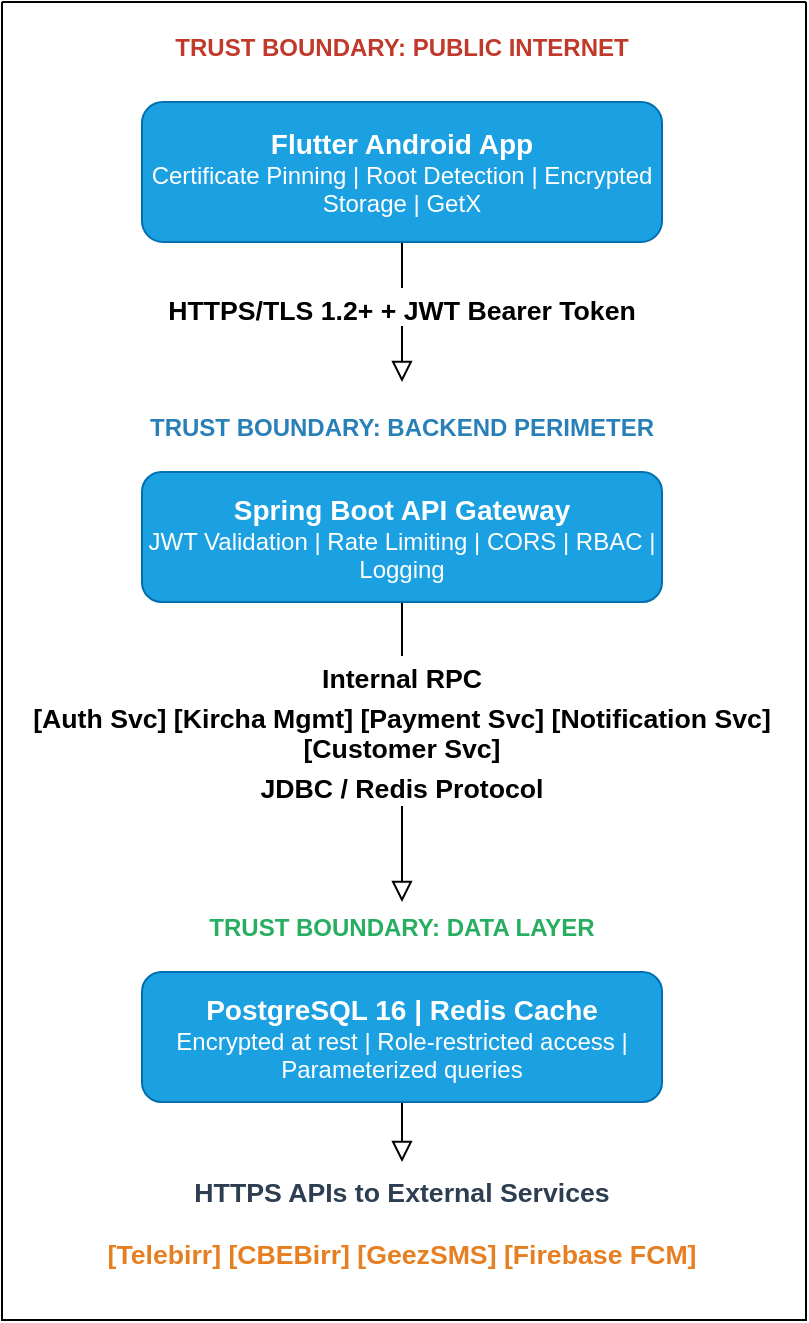
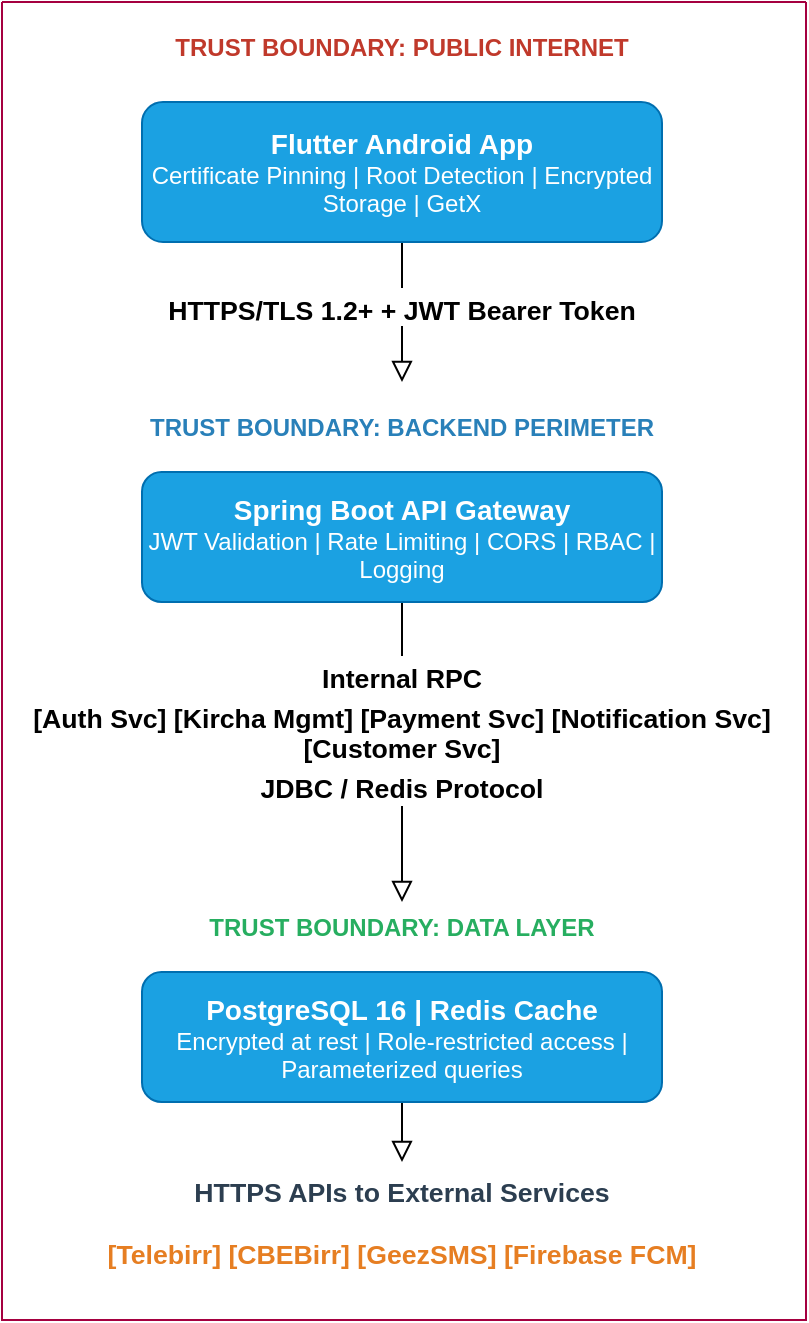
<mxfile host="app.diagrams.net">
  <diagram id="C5RBs43oDa-KdzZeNtuy" name="Page-1">
    <mxGraphModel dx="1030" dy="583" grid="0" gridSize="10" guides="1" tooltips="1" connect="1" arrows="1" fold="1" page="1" pageScale="1" pageWidth="827" pageHeight="1169" math="0" shadow="0">
      <root>
        <mxCell id="WIyWlLk6GJQsqaUBKTNV-0" />
        <mxCell id="WIyWlLk6GJQsqaUBKTNV-1" parent="WIyWlLk6GJQsqaUBKTNV-0" />
        <mxCell id="WIyWlLk6GJQsqaUBKTNV-2" edge="1" parent="WIyWlLk6GJQsqaUBKTNV-1" source="WIyWlLk6GJQsqaUBKTNV-3" style="rounded=0;html=1;jettySize=auto;orthogonalLoop=1;fontSize=11;endArrow=block;endFill=0;endSize=8;strokeWidth=1;shadow=0;labelBackgroundColor=none;edgeStyle=orthogonalEdgeStyle;entryX=0.5;entryY=0;entryDx=0;entryDy=0;" target="EC1OLnHcg-hDZEbeRDg6-5" value="">
          <mxGeometry relative="1" as="geometry">
            <mxPoint x="414" y="238" as="targetPoint" />
          </mxGeometry>
        </mxCell>
        <mxCell id="EC1OLnHcg-hDZEbeRDg6-1" connectable="0" parent="WIyWlLk6GJQsqaUBKTNV-2" style="edgeLabel;html=1;align=center;verticalAlign=middle;resizable=0;points=[];" value="&lt;p class=&quot;western&quot; align=&quot;center&quot; style=&quot;color: rgb(0, 0, 0); line-height: 14.6667px; text-align: left; margin-bottom: 0in; direction: ltr; background: transparent; font-family: Arial, serif; font-size: 11pt; white-space: normal; margin-top: 0.04in;&quot;&gt;&lt;br&gt;&lt;/p&gt;" vertex="1">
          <mxGeometry relative="1" x="-0.31" y="-2" as="geometry">
            <mxPoint x="2" y="12" as="offset" />
          </mxGeometry>
        </mxCell>
        <mxCell id="WIyWlLk6GJQsqaUBKTNV-3" parent="WIyWlLk6GJQsqaUBKTNV-1" style="rounded=1;whiteSpace=wrap;html=1;fontSize=12;glass=0;strokeWidth=1;shadow=0;fillColor=#1ba1e2;fontColor=#ffffff;strokeColor=#006EAF;" value="&lt;div&gt;&lt;b&gt;&lt;font style=&quot;font-size: 14px;&quot;&gt;Flutter Android App&lt;/font&gt;&lt;/b&gt;&lt;/div&gt;&lt;div&gt;Certificate Pinning | Root Detection | Encrypted Storage | GetX&lt;/div&gt;" vertex="1">
          <mxGeometry height="70" width="260" x="284" y="118" as="geometry" />
        </mxCell>
        <mxCell id="EC1OLnHcg-hDZEbeRDg6-0" parent="WIyWlLk6GJQsqaUBKTNV-1" style="text;html=1;whiteSpace=wrap;strokeColor=none;fillColor=none;align=center;verticalAlign=middle;rounded=0;" value="&lt;p class=&quot;western&quot; align=&quot;center&quot; style=&quot;color: rgb(0, 0, 0); line-height: 14.6667px; text-align: left; margin-bottom: 0in; direction: ltr; background: transparent; font-family: Arial, serif; font-size: 11pt;&quot;&gt;&lt;font color=&quot;#c0392b&quot;&gt;&lt;font style=&quot;font-size: 9pt;&quot;&gt;&lt;b&gt;TRUST BOUNDARY: PUBLIC INTERNET&lt;/b&gt;&lt;/font&gt;&lt;/font&gt;&lt;/p&gt;" vertex="1">
          <mxGeometry height="30" width="260" x="284" y="68" as="geometry" />
        </mxCell>
        <mxCell id="EC1OLnHcg-hDZEbeRDg6-2" edge="1" parent="WIyWlLk6GJQsqaUBKTNV-1" source="EC1OLnHcg-hDZEbeRDg6-4" style="rounded=0;html=1;jettySize=auto;orthogonalLoop=1;fontSize=11;endArrow=block;endFill=0;endSize=8;strokeWidth=1;shadow=0;labelBackgroundColor=none;edgeStyle=orthogonalEdgeStyle;" value="">
          <mxGeometry relative="1" as="geometry">
            <mxPoint x="414" y="518" as="targetPoint" />
          </mxGeometry>
        </mxCell>
        <mxCell id="EC1OLnHcg-hDZEbeRDg6-3" connectable="0" parent="EC1OLnHcg-hDZEbeRDg6-2" style="edgeLabel;html=1;align=center;verticalAlign=middle;resizable=0;points=[];" value="&lt;p class=&quot;western&quot; align=&quot;center&quot; style=&quot;color: rgb(0, 0, 0); line-height: 14.6667px; text-align: left; margin-bottom: 0in; direction: ltr; background: transparent; font-family: Arial, serif; font-size: 11pt; white-space: normal; margin-top: 0.04in;&quot;&gt;&lt;br&gt;&lt;/p&gt;" vertex="1">
          <mxGeometry relative="1" x="-0.31" y="-2" as="geometry">
            <mxPoint x="92" y="80" as="offset" />
          </mxGeometry>
        </mxCell>
        <mxCell id="EC1OLnHcg-hDZEbeRDg6-4" parent="WIyWlLk6GJQsqaUBKTNV-1" style="rounded=1;whiteSpace=wrap;html=1;fontSize=12;glass=0;strokeWidth=1;shadow=0;fillColor=#1ba1e2;fontColor=#ffffff;strokeColor=#006EAF;" value="&lt;div&gt;&lt;div&gt;&lt;span style=&quot;font-size: 14px;&quot;&gt;&lt;b&gt;Spring Boot API Gateway&lt;/b&gt;&lt;/span&gt;&lt;/div&gt;&lt;div&gt;&lt;font style=&quot;font-size: 12px;&quot;&gt;J&lt;font style=&quot;&quot;&gt;WT Validation | Rate Limiting | CORS | RBAC | Logging&lt;/font&gt;&lt;/font&gt;&lt;/div&gt;&lt;/div&gt;" vertex="1">
          <mxGeometry height="65" width="260" x="284" y="303" as="geometry" />
        </mxCell>
        <mxCell id="EC1OLnHcg-hDZEbeRDg6-5" parent="WIyWlLk6GJQsqaUBKTNV-1" style="text;html=1;whiteSpace=wrap;strokeColor=none;fillColor=none;align=center;verticalAlign=middle;rounded=0;" value="&lt;p class=&quot;western&quot; align=&quot;center&quot; style=&quot;color: rgb(0, 0, 0); line-height: 14.6667px; text-align: left; margin-bottom: 0in; direction: ltr; background: transparent; font-family: Arial, serif; font-size: 11pt;&quot;&gt;&lt;font color=&quot;#2980b9&quot;&gt;&lt;font style=&quot;font-size: 9pt;&quot;&gt;&lt;b&gt;TRUST BOUNDARY: BACKEND PERIMETER&lt;/b&gt;&lt;/font&gt;&lt;/font&gt;&lt;/p&gt;" vertex="1">
          <mxGeometry height="30" width="260" x="284" y="258" as="geometry" />
        </mxCell>
        <mxCell id="EC1OLnHcg-hDZEbeRDg6-6" parent="WIyWlLk6GJQsqaUBKTNV-1" style="text;html=1;whiteSpace=wrap;strokeColor=none;fillColor=none;align=center;verticalAlign=middle;rounded=0;labelBackgroundColor=default;" value="&lt;p class=&quot;western&quot; style=&quot;color: rgb(0, 0, 0); line-height: 14.6667px; margin-bottom: 0in; direction: ltr; background-image: initial; background-position: initial; background-size: initial; background-repeat: initial; background-attachment: initial; background-origin: initial; background-clip: initial; font-family: Arial, serif; font-size: 11pt; margin-top: 0.04in;&quot;&gt;&lt;font&gt;&lt;font style=&quot;font-size: 10pt;&quot;&gt;&lt;b&gt;Internal RPC&lt;/b&gt;&lt;/font&gt;&lt;/font&gt;&lt;/p&gt;&lt;p class=&quot;western&quot; style=&quot;color: rgb(0, 0, 0); line-height: 14.6667px; margin-bottom: 0in; direction: ltr; background-image: initial; background-position: initial; background-size: initial; background-repeat: initial; background-attachment: initial; background-origin: initial; background-clip: initial; font-family: Arial, serif; font-size: 11pt; margin-top: 0.04in;&quot;&gt;&lt;b style=&quot;font-size: 10pt; color: light-dark(rgb(0, 0, 0), rgb(237, 237, 237));&quot;&gt;[Auth Svc] [Kircha Mgmt] [Payment Svc] [Notification Svc] [Customer Svc]&lt;/b&gt;&lt;/p&gt;&lt;p class=&quot;western&quot; style=&quot;color: rgb(0, 0, 0); line-height: 14.6667px; margin-bottom: 0in; direction: ltr; background-image: initial; background-position: initial; background-size: initial; background-repeat: initial; background-attachment: initial; background-origin: initial; background-clip: initial; font-family: Arial, serif; font-size: 11pt; margin-top: 0.04in;&quot;&gt;&lt;font&gt;&lt;font style=&quot;font-size: 10pt;&quot;&gt;&lt;b&gt;JDBC / Redis Protocol&lt;/b&gt;&lt;/font&gt;&lt;/font&gt;&lt;/p&gt;" vertex="1">
          <mxGeometry height="30" width="390" x="219" y="417" as="geometry" />
        </mxCell>
        <mxCell id="EC1OLnHcg-hDZEbeRDg6-7" parent="WIyWlLk6GJQsqaUBKTNV-1" style="text;html=1;whiteSpace=wrap;strokeColor=none;fillColor=none;align=center;verticalAlign=middle;rounded=0;fontColor=default;labelBackgroundColor=default;" value="&lt;p class=&quot;western&quot; style=&quot;line-height: 14.6667px; margin-bottom: 0in; direction: ltr; background-image: initial; background-position: initial; background-size: initial; background-repeat: initial; background-attachment: initial; background-origin: initial; background-clip: initial; font-family: Arial, serif; font-size: 11pt; margin-top: 0.04in;&quot;&gt;&lt;b style=&quot;font-size: 13.3333px; text-align: left;&quot;&gt;HTTPS/TLS 1.2+ + JWT Bearer Token&lt;/b&gt;&lt;/p&gt;" vertex="1">
          <mxGeometry height="30" width="390" x="219" y="205" as="geometry" />
        </mxCell>
        <mxCell id="EC1OLnHcg-hDZEbeRDg6-8" edge="1" parent="WIyWlLk6GJQsqaUBKTNV-1" source="EC1OLnHcg-hDZEbeRDg6-10" style="rounded=0;html=1;jettySize=auto;orthogonalLoop=1;fontSize=11;endArrow=block;endFill=0;endSize=8;strokeWidth=1;shadow=0;labelBackgroundColor=none;edgeStyle=orthogonalEdgeStyle;" value="">
          <mxGeometry relative="1" as="geometry">
            <mxPoint x="414" y="648" as="targetPoint" />
          </mxGeometry>
        </mxCell>
        <mxCell id="EC1OLnHcg-hDZEbeRDg6-9" connectable="0" parent="EC1OLnHcg-hDZEbeRDg6-8" style="edgeLabel;html=1;align=center;verticalAlign=middle;resizable=0;points=[];" value="&lt;p class=&quot;western&quot; align=&quot;center&quot; style=&quot;color: rgb(0, 0, 0); line-height: 14.6667px; text-align: left; margin-bottom: 0in; direction: ltr; background: transparent; font-family: Arial, serif; font-size: 11pt; white-space: normal; margin-top: 0.04in;&quot;&gt;&lt;br&gt;&lt;/p&gt;" vertex="1">
          <mxGeometry relative="1" x="-0.31" y="-2" as="geometry">
            <mxPoint x="92" y="80" as="offset" />
          </mxGeometry>
        </mxCell>
        <mxCell id="EC1OLnHcg-hDZEbeRDg6-10" parent="WIyWlLk6GJQsqaUBKTNV-1" style="rounded=1;whiteSpace=wrap;html=1;fontSize=12;glass=0;strokeWidth=1;shadow=0;fillColor=#1ba1e2;fontColor=#ffffff;strokeColor=#006EAF;" value="&lt;div&gt;&lt;span style=&quot;font-size: 14px;&quot;&gt;&lt;b&gt;PostgreSQL 16 | Redis Cache&lt;/b&gt;&lt;/span&gt;&lt;/div&gt;&lt;div&gt;&lt;font style=&quot;font-size: 12px;&quot;&gt;Encrypted at rest | Role-restricted access | Parameterized queries&lt;/font&gt;&lt;/div&gt;" vertex="1">
          <mxGeometry height="65" width="260" x="284" y="553" as="geometry" />
        </mxCell>
        <mxCell id="EC1OLnHcg-hDZEbeRDg6-11" parent="WIyWlLk6GJQsqaUBKTNV-1" style="text;html=1;whiteSpace=wrap;strokeColor=none;fillColor=none;align=center;verticalAlign=middle;rounded=0;" value="&lt;p class=&quot;western&quot; align=&quot;center&quot; style=&quot;color: rgb(0, 0, 0); line-height: 14.6667px; text-align: left; margin-bottom: 0in; direction: ltr; background: transparent; font-family: Arial, serif; font-size: 11pt;&quot;&gt;&lt;font color=&quot;#27ae60&quot;&gt;&lt;font style=&quot;font-size: 9pt;&quot;&gt;&lt;b&gt;TRUST BOUNDARY: DATA LAYER&lt;/b&gt;&lt;/font&gt;&lt;/font&gt;&lt;/p&gt;" vertex="1">
          <mxGeometry height="30" width="260" x="284" y="508" as="geometry" />
        </mxCell>
        <mxCell id="EC1OLnHcg-hDZEbeRDg6-12" parent="WIyWlLk6GJQsqaUBKTNV-1" style="text;html=1;whiteSpace=wrap;strokeColor=none;fillColor=none;align=center;verticalAlign=middle;rounded=0;labelBackgroundColor=default;" value="&lt;p class=&quot;western&quot; style=&quot;color: rgb(0, 0, 0); line-height: 14.6667px; margin-bottom: 0in; direction: ltr; background: transparent; font-family: Arial, serif; font-size: 11pt; margin-top: 0.04in;&quot;&gt;&lt;font color=&quot;#2c3e50&quot;&gt;&lt;font style=&quot;font-size: 10pt;&quot;&gt;&lt;b&gt;HTTPS APIs to External Services&lt;/b&gt;&lt;/font&gt;&lt;/font&gt;&lt;/p&gt;&lt;p class=&quot;western&quot; style=&quot;color: rgb(0, 0, 0); line-height: 14.6667px; margin-bottom: 0in; direction: ltr; background: transparent; font-family: Arial, serif; font-size: 11pt;&quot;&gt;&lt;font color=&quot;#e67e22&quot;&gt;&lt;font style=&quot;font-size: 10pt;&quot;&gt;&lt;b&gt;[Telebirr] [CBEBirr] [GeezSMS] [Firebase FCM]&lt;/b&gt;&lt;/font&gt;&lt;/font&gt;&lt;/p&gt;" vertex="1">
          <mxGeometry height="30" width="390" x="219" y="662" as="geometry" />
        </mxCell>
-         <mxCell id="EC1OLnHcg-hDZEbeRDg6-15" parent="WIyWlLk6GJQsqaUBKTNV-1" style="swimlane;startSize=0;" value="" vertex="1">
+         <mxCell id="EC1OLnHcg-hDZEbeRDg6-15" parent="WIyWlLk6GJQsqaUBKTNV-1" style="swimlane;startSize=0;fillStyle=auto;fillColor=#d80073;fontColor=#ffffff;strokeColor=#A50040;" value="" vertex="1">
          <mxGeometry height="659" width="402" x="214" y="68" as="geometry" />
        </mxCell>
      </root>
    </mxGraphModel>
  </diagram>
</mxfile>
